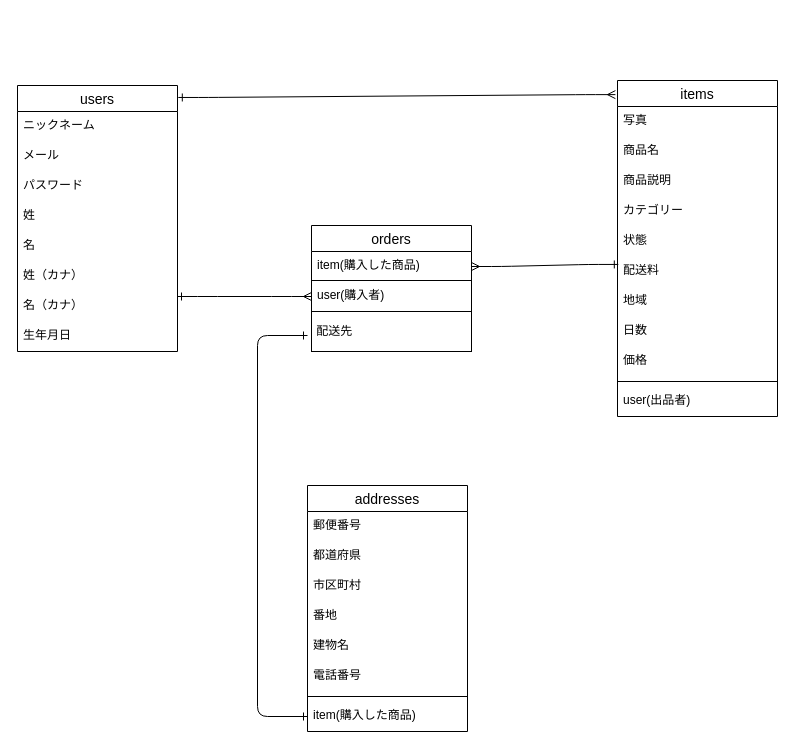
Earlier version of the draw.io diagram er.dio (hara0510/furima-39494). Source tidied: cells renumbered, new cells numbered last; positions are measured from the earlier drawing's top-left corner, leaving out a move shared by most shapes. Both pictures are drawn from the tidied source at 100%, with x=0, y=0 at pixel (17, 80).
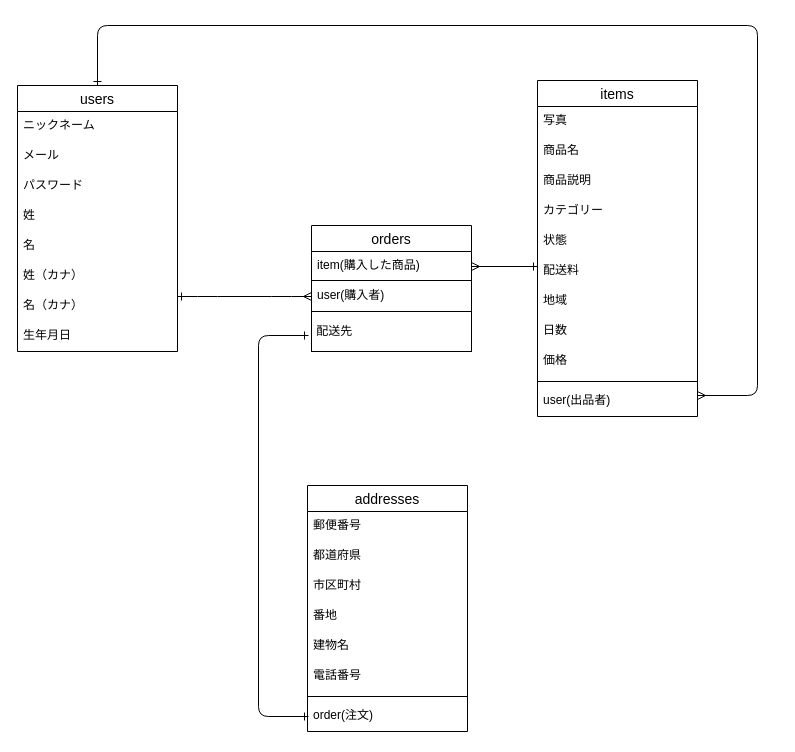
Above is the later version.

The change refers to these unchanged cells:
```xml
<mxCell id="2" value="users" style="swimlane;fontStyle=0;horizontal=1;startSize=26;align=center;fontSize=14;" parent="1" vertex="1">
  <mxGeometry y="5" width="160" height="266" as="geometry" />
</mxCell>
<mxCell id="17" value="配送料" style="text;strokeColor=none;fillColor=none;spacingLeft=4;spacingRight=4;overflow=hidden;points=[[0,0.5],[1,0.5]];portConstraint=eastwest;fontSize=12;" parent="11" vertex="1">
  <mxGeometry y="176" width="160" height="30" as="geometry" />
</mxCell>
<mxCell id="22" value="user(出品者)" style="text;strokeColor=none;fillColor=none;spacingLeft=4;spacingRight=4;overflow=hidden;points=[[0,0.5],[1,0.5]];portConstraint=eastwest;fontSize=12;" parent="11" vertex="1">
  <mxGeometry y="306" width="160" height="30" as="geometry" />
</mxCell>
<mxCell id="24" value="item(購入した商品)" style="text;strokeColor=none;fillColor=none;spacingLeft=4;spacingRight=4;overflow=hidden;points=[[0,0.5],[1,0.5]];portConstraint=eastwest;fontSize=12;" parent="23" vertex="1">
  <mxGeometry y="26" width="160" height="30" as="geometry" />
</mxCell>
<mxCell id="28" value="addresses" style="swimlane;fontStyle=0;horizontal=1;startSize=26;align=center;fontSize=14;" parent="1" vertex="1">
  <mxGeometry x="290" y="405" width="160" height="246" as="geometry" />
</mxCell>
```

Change to the diagram source:
```diff
@@
     <mxCell id="11" value="items" style="swimlane;fontStyle=0;horizontal=1;startSize=26;align=center;fontSize=14;" parent="1" vertex="1">
-      <mxGeometry x="600" width="160" height="336" as="geometry" />
+      <mxGeometry x="520" width="160" height="336" as="geometry" />
     </mxCell>
@@
-    <mxCell id="36" value="item(購入した商品)" style="text;strokeColor=none;fillColor=none;spacingLeft=4;spacingRight=4;overflow=hidden;points=[[0,0.5],[1,0.5]];portConstraint=eastwest;fontSize=12;" parent="28" vertex="1">
+    <mxCell id="36" value="order(注文)" style="text;strokeColor=none;fillColor=none;spacingLeft=4;spacingRight=4;overflow=hidden;points=[[0,0.5],[1,0.5]];portConstraint=eastwest;fontSize=12;" parent="28" vertex="1">
       <mxGeometry y="216" width="160" height="30" as="geometry" />
     </mxCell>
-    <mxCell id="37" style="edgeStyle=entityRelationEdgeStyle;fontSize=12;html=1;endArrow=ERmany;endFill=0;exitX=1.005;exitY=0.045;exitDx=0;exitDy=0;startArrow=ERone;startFill=0;exitPerimeter=0;entryX=-0.013;entryY=0.042;entryDx=0;entryDy=0;entryPerimeter=0;" parent="1" edge="1" source="2" target="11">
-      <mxGeometry relative="1" as="geometry" />
+    <mxCell id="37" style="edgeStyle=orthogonalEdgeStyle;fontSize=12;html=1;endArrow=ERmany;endFill=0;exitX=0.5;exitY=0;exitDx=0;exitDy=0;startArrow=ERone;startFill=0;" parent="1" edge="1" source="2" target="22">
+      <mxGeometry relative="1" as="geometry">
+        <Array as="points">
+          <mxPoint x="80" y="-55" />
+          <mxPoint x="740" y="-55" />
+          <mxPoint x="740" y="315" />
+        </Array>
+      </mxGeometry>
     </mxCell>
@@
-    <mxCell id="39" style="edgeStyle=entityRelationEdgeStyle;fontSize=12;html=1;endArrow=ERmany;endFill=0;exitX=0.005;exitY=0.265;exitDx=0;exitDy=0;entryX=1;entryY=0.5;entryDx=0;entryDy=0;exitPerimeter=0;startArrow=ERone;startFill=0;" parent="1" edge="1" source="17" target="24">
-      <mxGeometry relative="1" as="geometry" />
+    <mxCell id="39" style="fontSize=12;html=1;endArrow=ERmany;endFill=0;entryX=1;entryY=0.5;entryDx=0;entryDy=0;startArrow=ERone;startFill=0;" parent="1" edge="1" target="24">
+      <mxGeometry relative="1" as="geometry">
+        <mxPoint x="520" y="186" as="sourcePoint" />
+      </mxGeometry>
     </mxCell>
-    <mxCell id="40" style="edgeStyle=orthogonalEdgeStyle;fontSize=12;html=1;endArrow=ERone;startArrow=ERone;exitX=0;exitY=0.5;exitDx=0;exitDy=0;startFill=0;endFill=0;" parent="1" edge="1" source="36">
+    <mxCell id="40" style="edgeStyle=orthogonalEdgeStyle;fontSize=12;html=1;endArrow=ERone;startArrow=ERone;exitX=0;exitY=0.5;exitDx=0;exitDy=0;startFill=0;endFill=0;" parent="1" edge="1">
       <mxGeometry relative="1" as="geometry">
-        <mxPoint x="290" y="255" as="targetPoint" />
+        <mxPoint x="291" y="636" as="sourcePoint" />
+        <mxPoint x="291" y="255" as="targetPoint" />
         <Array as="points">
-          <mxPoint x="240" y="636" />
-          <mxPoint x="240" y="255" />
+          <mxPoint x="241" y="636" />
+          <mxPoint x="241" y="255" />
         </Array>
       </mxGeometry>
     </mxCell>
```
